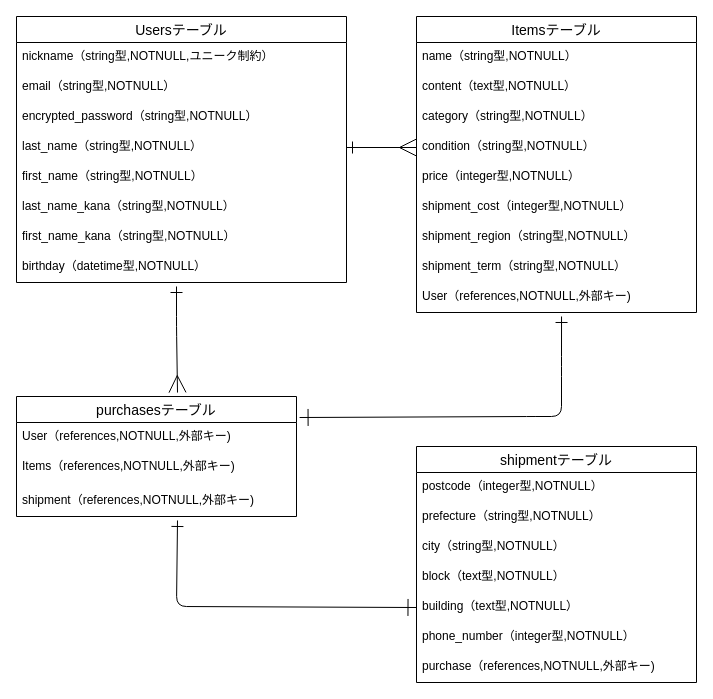
Before: ER.dio in 31chiemi/furima-38988, a draw.io diagram. Source tidied: cells renumbered, new cells numbered last; positions are measured from the earlier drawing's top-left corner, leaving out a move shared by most shapes. Both pictures are drawn from the tidied source at 100%, with x=0, y=0 at pixel (16, 16).
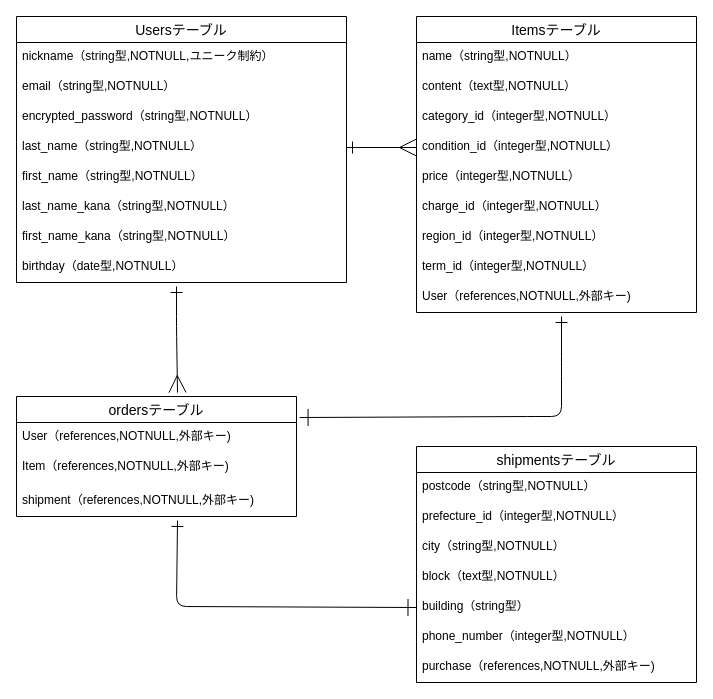
The same page after the edit.

Unchanged cells that the change refers to:
```xml
<mxCell id="2" value="Usersテーブル" style="swimlane;fontStyle=0;horizontal=1;startSize=26;align=center;fontSize=14;labelBackgroundColor=default;" parent="1" vertex="1">
  <mxGeometry width="330" height="266" as="geometry" />
</mxCell>
<mxCell id="11" value="Itemsテーブル" style="swimlane;fontStyle=0;horizontal=1;startSize=26;align=center;fontSize=14;labelBackgroundColor=default;" parent="1" vertex="1">
  <mxGeometry x="400" width="280" height="296" as="geometry" />
</mxCell>
```

Diff of the diagram source:
```diff
@@
-    <mxCell id="10" value="birthday（datetime型,NOTNULL）" style="text;spacingLeft=4;spacingRight=4;overflow=hidden;fontSize=12;labelBackgroundColor=default;" parent="2" vertex="1">
+    <mxCell id="10" value="birthday（date型,NOTNULL）" style="text;spacingLeft=4;spacingRight=4;overflow=hidden;fontSize=12;labelBackgroundColor=default;" parent="2" vertex="1">
       <mxGeometry y="236" width="330" height="30" as="geometry" />
     </mxCell>
@@
-    <mxCell id="14" value="category（string型,NOTNULL）" style="text;strokeColor=none;fillColor=none;spacingLeft=4;spacingRight=4;overflow=hidden;fontSize=12;labelBackgroundColor=default;" parent="11" vertex="1">
+    <mxCell id="14" value="category_id（integer型,NOTNULL）" style="text;strokeColor=none;fillColor=none;spacingLeft=4;spacingRight=4;overflow=hidden;fontSize=12;labelBackgroundColor=default;" parent="11" vertex="1">
       <mxGeometry y="86" width="280" height="30" as="geometry" />
     </mxCell>
-    <mxCell id="15" value="condition（string型,NOTNULL）" style="text;strokeColor=none;fillColor=none;spacingLeft=4;spacingRight=4;overflow=hidden;points=[[0,0.5],[1,0.5]];portConstraint=eastwest;fontSize=12;labelBackgroundColor=default;" parent="11" vertex="1">
+    <mxCell id="15" value="condition_id（integer型,NOTNULL）" style="text;strokeColor=none;fillColor=none;spacingLeft=4;spacingRight=4;overflow=hidden;points=[[0,0.5],[1,0.5]];portConstraint=eastwest;fontSize=12;labelBackgroundColor=default;" parent="11" vertex="1">
       <mxGeometry y="116" width="280" height="30" as="geometry" />
     </mxCell>
@@
-    <mxCell id="17" value="shipment_cost（integer型,NOTNULL）" style="text;strokeColor=none;fillColor=none;spacingLeft=4;spacingRight=4;overflow=hidden;fontSize=12;labelBackgroundColor=default;" parent="11" vertex="1">
+    <mxCell id="17" value="charge_id（integer型,NOTNULL）" style="text;strokeColor=none;fillColor=none;spacingLeft=4;spacingRight=4;overflow=hidden;fontSize=12;labelBackgroundColor=default;" parent="11" vertex="1">
       <mxGeometry y="176" width="280" height="30" as="geometry" />
     </mxCell>
-    <mxCell id="18" value="shipment_region（string型,NOTNULL）" style="text;strokeColor=none;fillColor=none;spacingLeft=4;spacingRight=4;overflow=hidden;fontSize=12;labelBackgroundColor=default;" parent="11" vertex="1">
+    <mxCell id="18" value="region_id（integer型,NOTNULL）" style="text;strokeColor=none;fillColor=none;spacingLeft=4;spacingRight=4;overflow=hidden;fontSize=12;labelBackgroundColor=default;" parent="11" vertex="1">
       <mxGeometry y="206" width="280" height="30" as="geometry" />
     </mxCell>
-    <mxCell id="19" value="shipment_term（string型,NOTNULL）" style="text;strokeColor=none;fillColor=none;spacingLeft=4;spacingRight=4;overflow=hidden;fontSize=12;labelBackgroundColor=default;" parent="11" vertex="1">
+    <mxCell id="19" value="term_id（integer型,NOTNULL）" style="text;strokeColor=none;fillColor=none;spacingLeft=4;spacingRight=4;overflow=hidden;fontSize=12;labelBackgroundColor=default;" parent="11" vertex="1">
       <mxGeometry y="236" width="280" height="30" as="geometry" />
     </mxCell>
@@
-    <mxCell id="21" value="shipmentテーブル" style="swimlane;fontStyle=0;horizontal=1;startSize=26;align=center;fontSize=14;labelBackgroundColor=default;" parent="1" vertex="1">
+    <mxCell id="21" value="shipmentsテーブル" style="swimlane;fontStyle=0;horizontal=1;startSize=26;align=center;fontSize=14;labelBackgroundColor=default;" parent="1" vertex="1">
       <mxGeometry x="400" y="430" width="280" height="236" as="geometry" />
     </mxCell>
-    <mxCell id="22" value="postcode（integer型,NOTNULL）" style="text;strokeColor=none;fillColor=none;spacingLeft=4;spacingRight=4;overflow=hidden;fontSize=12;labelBackgroundColor=default;" parent="21" vertex="1">
+    <mxCell id="22" value="postcode（string型,NOTNULL）" style="text;strokeColor=none;fillColor=none;spacingLeft=4;spacingRight=4;overflow=hidden;fontSize=12;labelBackgroundColor=default;" parent="21" vertex="1">
       <mxGeometry y="26" width="280" height="30" as="geometry" />
     </mxCell>
-    <mxCell id="23" value="prefecture（string型,NOTNULL）" style="text;strokeColor=none;fillColor=none;spacingLeft=4;spacingRight=4;overflow=hidden;fontSize=12;labelBackgroundColor=default;" parent="21" vertex="1">
+    <mxCell id="23" value="prefecture_id（integer型,NOTNULL）" style="text;strokeColor=none;fillColor=none;spacingLeft=4;spacingRight=4;overflow=hidden;fontSize=12;labelBackgroundColor=default;" parent="21" vertex="1">
       <mxGeometry y="56" width="280" height="30" as="geometry" />
     </mxCell>
@@
-    <mxCell id="26" value="building（text型,NOTNULL）" style="text;strokeColor=none;fillColor=none;spacingLeft=4;spacingRight=4;overflow=hidden;points=[[0,0.5],[1,0.5]];portConstraint=eastwest;fontSize=12;labelBackgroundColor=default;" parent="21" vertex="1">
+    <mxCell id="26" value="building（string型）" style="text;strokeColor=none;fillColor=none;spacingLeft=4;spacingRight=4;overflow=hidden;points=[[0,0.5],[1,0.5]];portConstraint=eastwest;fontSize=12;labelBackgroundColor=default;" parent="21" vertex="1">
       <mxGeometry y="146" width="280" height="30" as="geometry" />
     </mxCell>
@@
-    <mxCell id="29" value="purchasesテーブル" style="swimlane;fontStyle=0;horizontal=1;startSize=26;align=center;fontSize=14;labelBackgroundColor=default;" parent="1" vertex="1">
+    <mxCell id="29" value="ordersテーブル" style="swimlane;fontStyle=0;horizontal=1;startSize=26;align=center;fontSize=14;labelBackgroundColor=default;" parent="1" vertex="1">
       <mxGeometry y="380" width="280" height="120" as="geometry" />
     </mxCell>
@@
-    <mxCell id="31" value="Items（references,NOTNULL,外部キー)" style="text;strokeColor=none;fillColor=none;spacingLeft=4;spacingRight=4;overflow=hidden;fontSize=12;labelBackgroundColor=default;" parent="29" vertex="1">
+    <mxCell id="31" value="Item（references,NOTNULL,外部キー)" style="text;strokeColor=none;fillColor=none;spacingLeft=4;spacingRight=4;overflow=hidden;fontSize=12;labelBackgroundColor=default;" parent="29" vertex="1">
       <mxGeometry y="56" width="280" height="34" as="geometry" />
     </mxCell>
```
